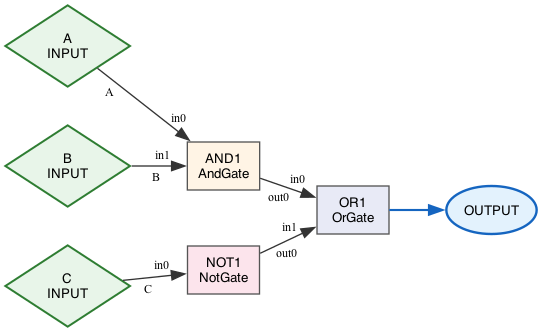
gquar/java-logic-sim keeps this Graphviz diagram as docs/logic.png. Above is the earlier version. Its source is kept beside it as docs/logic.dot. The source it was exported from:
```dot
digraph Logic {
  graph [rankdir=LR, nodesep=0.4, ranksep=0.6];
  node  [shape=box, style=filled, fillcolor="#f6f6f6", color="#555555", fontname=Helvetica, fontsize=10];
  edge  [color="#333333"];

  in_A [label="A\nINPUT", shape=diamond, fillcolor="#e8f5e9", color="#2e7d32", penwidth=1.5];
  in_B [label="B\nINPUT", shape=diamond, fillcolor="#e8f5e9", color="#2e7d32", penwidth=1.5];
  in_C [label="C\nINPUT", shape=diamond, fillcolor="#e8f5e9", color="#2e7d32", penwidth=1.5];

  g_AND1 [label="AND1\nAndGate", fillcolor="#fff4e5"];
  g_NOT1 [label="NOT1\nNotGate", fillcolor="#fce4ec"];
  g_OR1 [label="OR1\nOrGate", fillcolor="#e8eaf6"];

  in_A -> g_AND1 [taillabel="A", headlabel="in0", labeldistance=2, labelfontsize=9];
  in_B -> g_AND1 [taillabel="B", headlabel="in1", labeldistance=2, labelfontsize=9];
  in_C -> g_NOT1 [taillabel="C", headlabel="in0", labeldistance=2, labelfontsize=9];

  g_AND1 -> g_OR1 [headlabel="in0", taillabel="out0", labeldistance=2, labelfontsize=9];
  g_NOT1 -> g_OR1 [headlabel="in1", taillabel="out0", labeldistance=2, labelfontsize=9];

  out_OR1 [label="OUTPUT", shape=oval, fillcolor="#e3f2fd", color="#1565c0", penwidth=1.8];
  g_OR1 -> out_OR1 [penwidth=1.6, color="#1565c0"];
}
```
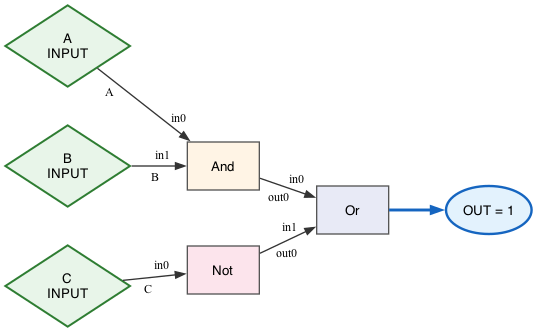
After the commit.

The edit, as a diff of the source:
```diff
@@ -1,23 +1,23 @@
 digraph Logic {
   graph [rankdir=LR, nodesep=0.4, ranksep=0.6];
   node  [shape=box, style=filled, fillcolor="#f6f6f6", color="#555555", fontname=Helvetica, fontsize=10];
-  edge  [color="#333333"];
+  edge  [color="#333333", arrowsize=0.7];
 
   in_A [label="A\nINPUT", shape=diamond, fillcolor="#e8f5e9", color="#2e7d32", penwidth=1.5];
   in_B [label="B\nINPUT", shape=diamond, fillcolor="#e8f5e9", color="#2e7d32", penwidth=1.5];
   in_C [label="C\nINPUT", shape=diamond, fillcolor="#e8f5e9", color="#2e7d32", penwidth=1.5];
 
-  g_AND1 [label="AND1\nAndGate", fillcolor="#fff4e5"];
-  g_NOT1 [label="NOT1\nNotGate", fillcolor="#fce4ec"];
-  g_OR1 [label="OR1\nOrGate", fillcolor="#e8eaf6"];
+  g_AND [label="And", fillcolor="#fff4e5"];
+  g_NOT [label="Not", fillcolor="#fce4ec"];
+  g_OR [label="Or", fillcolor="#e8eaf6"];
 
-  in_A -> g_AND1 [taillabel="A", headlabel="in0", labeldistance=2, labelfontsize=9];
-  in_B -> g_AND1 [taillabel="B", headlabel="in1", labeldistance=2, labelfontsize=9];
-  in_C -> g_NOT1 [taillabel="C", headlabel="in0", labeldistance=2, labelfontsize=9];
+  in_A -> g_AND [taillabel="A", headlabel="in0", labeldistance=2, labelfontsize=9];
+  in_B -> g_AND [taillabel="B", headlabel="in1", labeldistance=2, labelfontsize=9];
+  in_C -> g_NOT [taillabel="C", headlabel="in0", labeldistance=2, labelfontsize=9];
 
-  g_AND1 -> g_OR1 [headlabel="in0", taillabel="out0", labeldistance=2, labelfontsize=9];
-  g_NOT1 -> g_OR1 [headlabel="in1", taillabel="out0", labeldistance=2, labelfontsize=9];
+  g_AND -> g_OR [headlabel="in0", taillabel="out0", labeldistance=2, labelfontsize=9];
+  g_NOT -> g_OR [headlabel="in1", taillabel="out0", labeldistance=2, labelfontsize=9];
 
-  out_OR1 [label="OUTPUT", shape=oval, fillcolor="#e3f2fd", color="#1565c0", penwidth=1.8];
-  g_OR1 -> out_OR1 [penwidth=1.6, color="#1565c0"];
+  out_OR [label="OUT = 1", shape=oval, fillcolor="#e3f2fd", color="#1565c0", penwidth=1.8];
+  g_OR -> out_OR [color="#1565c0", penwidth=2.2];
 }
```
